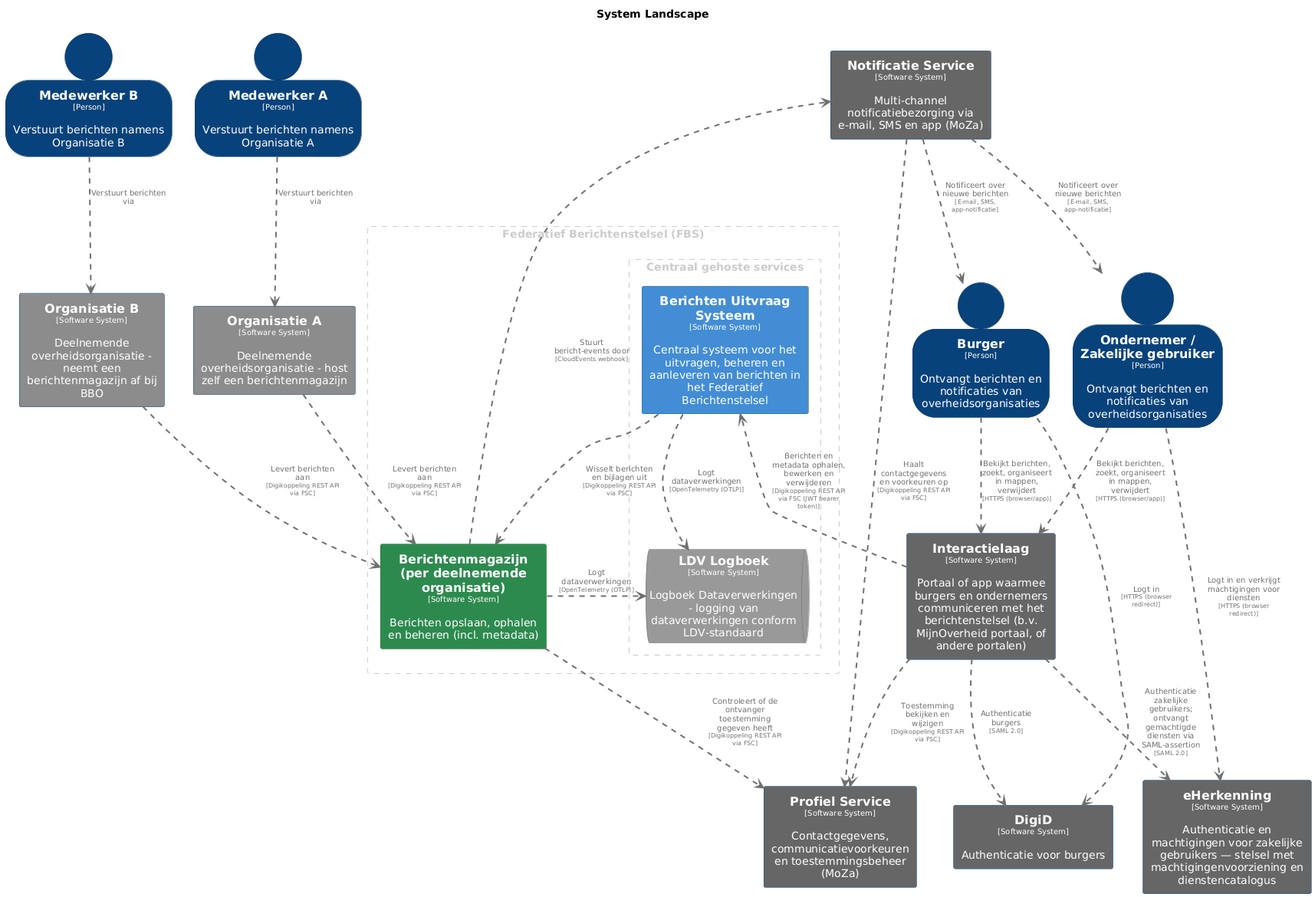
Above: pr-preview/pr-22/master/png/SystemLandscape.png in MinBZK/moza-poc-fbs-berichtenbox (PlantUML), before the change.
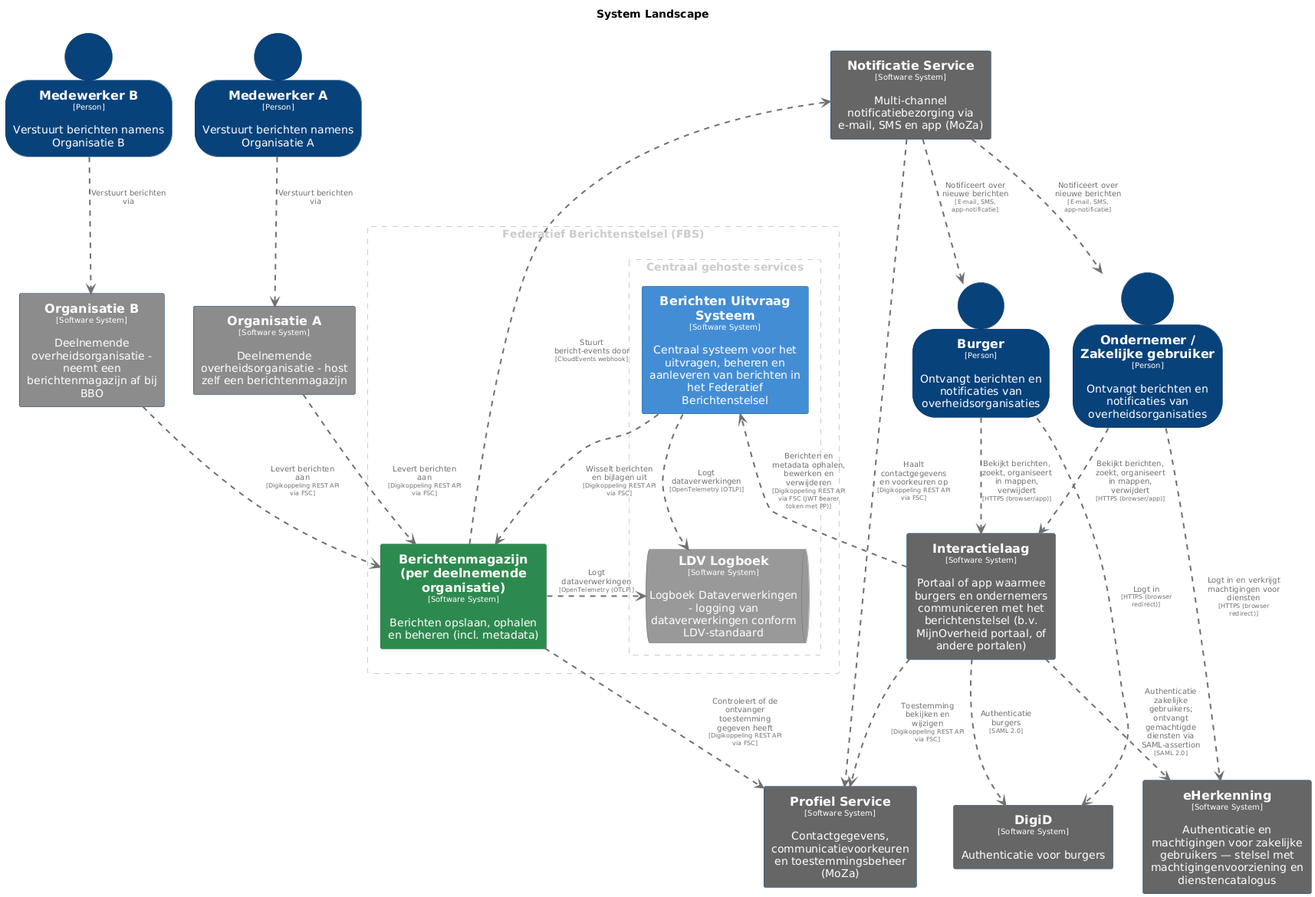
After the commit.

The edit, as a diff of the source:
```diff
@@ -140,7 +140,7 @@
 OndernemerZakelijkegebruiker .[#707070,thickness=2].> eHerkenning : "<color:#707070>Logt in en verkrijgt machtigingen voor diensten\n<color:#707070><size:8>[HTTPS (browser redirect)]</size>"
 NotificatieService .[#707070,thickness=2].> Burger : "<color:#707070>Notificeert over nieuwe berichten\n<color:#707070><size:8>[E-mail, SMS, app-notificatie]</size>"
 NotificatieService .[#707070,thickness=2].> OndernemerZakelijkegebruiker : "<color:#707070>Notificeert over nieuwe berichten\n<color:#707070><size:8>[E-mail, SMS, app-notificatie]</size>"
-Interactielaag .[#707070,thickness=2].> BerichtenUitvraagSysteem : "<color:#707070>Berichten en metadata ophalen, bewerken en verwijderen\n<color:#707070><size:8>[Digikoppeling REST API via FSC (JWT bearer token)]</size>"
+Interactielaag .[#707070,thickness=2].> BerichtenUitvraagSysteem : "<color:#707070>Berichten en metadata ophalen, bewerken en verwijderen\n<color:#707070><size:8>[Digikoppeling REST API via FSC (JWT bearer token met PP)]</size>"
 Interactielaag .[#707070,thickness=2].> ProfielService : "<color:#707070>Toestemming bekijken en wijzigen\n<color:#707070><size:8>[Digikoppeling REST API via FSC]</size>"
 Interactielaag .[#707070,thickness=2].> DigiD : "<color:#707070>Authenticatie burgers\n<color:#707070><size:8>[SAML 2.0]</size>"
 Interactielaag .[#707070,thickness=2].> eHerkenning : "<color:#707070>Authenticatie zakelijke gebruikers; ontvangt gemachtigde diensten via SAML-assertion\n<color:#707070><size:8>[SAML 2.0]</size>"
```
